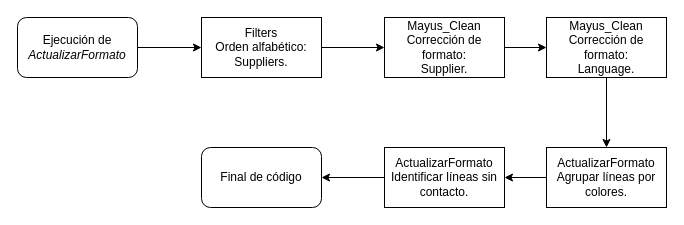
Before: Untitled Diagram.drawio in CallejoSanzDavid/EN45545, a draw.io diagram. Source tidied: cells renumbered, new cells numbered last; positions are measured from the earlier drawing's top-left corner, leaving out a move shared by most shapes. Both pictures are drawn from the tidied source at 100%, with x=0, y=0 at pixel (17, 17).
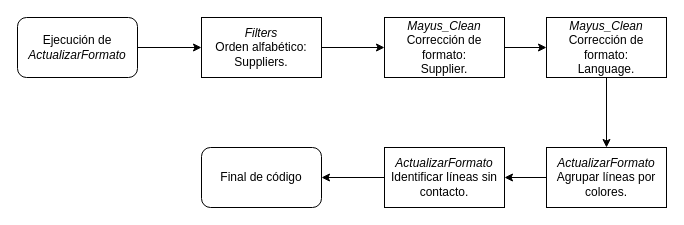
After the change.

Commit message:
Contactos > ActualizarFormato

Diff of the diagram source:
```diff
@@
 <mxGraphModel>
   <root>
     <mxCell id="0" />
     <mxCell id="1" parent="0" />
     <mxCell id="2" style="edgeStyle=orthogonalEdgeStyle;rounded=0;jettySize=auto;html=1;" parent="1" edge="1" source="3" target="5">
       <mxGeometry relative="1" as="geometry" />
     </mxCell>
-    <mxCell id="3" value="Filters&lt;br&gt;Orden alfabético:&lt;br&gt;Suppliers." style="rounded=0;whiteSpace=wrap;html=1;" parent="1" vertex="1">
+    <mxCell id="3" value="&lt;i&gt;Filters&lt;/i&gt;&lt;br&gt;Orden alfabético:&lt;br&gt;Suppliers." style="rounded=0;whiteSpace=wrap;html=1;" parent="1" vertex="1">
       <mxGeometry x="184" width="120" height="60" as="geometry" />
     </mxCell>
     <mxCell id="4" style="edgeStyle=orthogonalEdgeStyle;rounded=0;jettySize=auto;html=1;fontFamily=Helvetica;fontSize=12;" parent="1" edge="1" source="5" target="7">
       <mxGeometry relative="1" as="geometry" />
     </mxCell>
-    <mxCell id="5" value="Mayus_Clean&lt;br&gt;Corrección de formato:&lt;br&gt;Supplier." style="rounded=0;whiteSpace=wrap;html=1;" parent="1" vertex="1">
+    <mxCell id="5" value="&lt;i&gt;Mayus_Clean&lt;/i&gt;&lt;br&gt;Corrección de formato:&lt;br&gt;Supplier." style="rounded=0;whiteSpace=wrap;html=1;" parent="1" vertex="1">
       <mxGeometry x="367" width="120" height="60" as="geometry" />
     </mxCell>
     <mxCell id="6" style="edgeStyle=orthogonalEdgeStyle;rounded=0;jettySize=auto;html=1;fontFamily=Helvetica;fontSize=12;" parent="1" edge="1" source="7" target="9">
       <mxGeometry relative="1" as="geometry" />
     </mxCell>
-    <mxCell id="7" value="Mayus_Clean&lt;br&gt;Corrección de formato:&lt;br&gt;&lt;span style=&quot;line-height: 12.84px;&quot;&gt;Language&lt;/span&gt;." style="rounded=0;whiteSpace=wrap;html=1;" parent="1" vertex="1">
+    <mxCell id="7" value="&lt;i&gt;Mayus_Clean&lt;/i&gt;&lt;br&gt;Corrección de formato:&lt;br&gt;&lt;span style=&quot;line-height: 12.84px;&quot;&gt;Language&lt;/span&gt;." style="rounded=0;whiteSpace=wrap;html=1;" parent="1" vertex="1">
       <mxGeometry x="529" width="120" height="60" as="geometry" />
     </mxCell>
     <mxCell id="8" style="edgeStyle=orthogonalEdgeStyle;rounded=0;jettySize=auto;html=1;fontFamily=Helvetica;fontSize=12;" parent="1" edge="1" source="9" target="11">
       <mxGeometry relative="1" as="geometry" />
     </mxCell>
-    <mxCell id="9" value="ActualizarFormato&lt;br&gt;Agrupar líneas por colores." style="rounded=0;whiteSpace=wrap;html=1;" parent="1" vertex="1">
+    <mxCell id="9" value="&lt;i&gt;ActualizarFormato&lt;/i&gt;&lt;br&gt;Agrupar líneas por colores." style="rounded=0;whiteSpace=wrap;html=1;" parent="1" vertex="1">
       <mxGeometry x="529" y="130" width="120" height="60" as="geometry" />
     </mxCell>
     <mxCell id="10" style="edgeStyle=orthogonalEdgeStyle;rounded=0;jettySize=auto;html=1;entryX=1;entryY=0.5;entryDx=0;entryDy=0;" parent="1" edge="1" source="11" target="14">
       <mxGeometry relative="1" as="geometry" />
     </mxCell>
-    <mxCell id="11" value="ActualizarFormato&lt;br&gt;Identificar líneas sin contacto." style="rounded=0;whiteSpace=wrap;html=1;" parent="1" vertex="1">
+    <mxCell id="11" value="&lt;i&gt;ActualizarFormato&lt;/i&gt;&lt;br&gt;Identificar líneas sin contacto." style="rounded=0;whiteSpace=wrap;html=1;" parent="1" vertex="1">
       <mxGeometry x="367" y="130" width="120" height="60" as="geometry" />
     </mxCell>
     <mxCell id="12" style="edgeStyle=orthogonalEdgeStyle;rounded=0;jettySize=auto;html=1;entryX=0;entryY=0.5;entryDx=0;entryDy=0;" parent="1" edge="1" source="13" target="3">
       <mxGeometry relative="1" as="geometry" />
     </mxCell>
     <mxCell id="13" value="Ejecución de&lt;br&gt;&lt;i&gt;ActualizarFormato&lt;/i&gt;" style="whiteSpace=wrap;html=1;rounded=1;" parent="1" vertex="1">
       <mxGeometry width="120" height="60" as="geometry" />
     </mxCell>
     <mxCell id="14" value="Final de código" style="rounded=1;whiteSpace=wrap;html=1;" parent="1" vertex="1">
       <mxGeometry x="184" y="130" width="120" height="60" as="geometry" />
     </mxCell>
   </root>
 </mxGraphModel>
```
